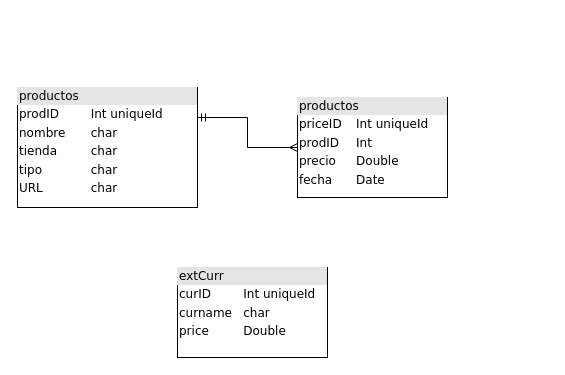
Earlier version of the draw.io diagram Prices.drawio (cpatarroyo/priceTrack). Source tidied: cells renumbered, new cells numbered last; positions are measured from the earlier drawing's top-left corner, leaving out a move shared by most shapes. Both pictures are drawn from the tidied source at 100%, with x=0, y=0 at pixel (17, 87).
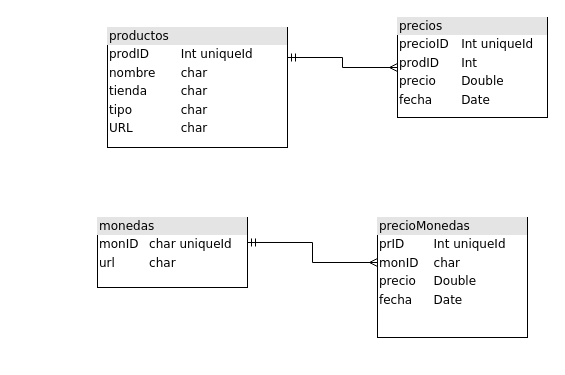
The same diagram, later.

Change to the diagram source:
```diff
@@
 <mxGraphModel>
   <root>
     <mxCell id="0" />
     <mxCell id="1" parent="0" />
-    <mxCell id="2" value="&lt;div style=&quot;box-sizing:border-box;width:100%;background:#e4e4e4;padding:2px;&quot;&gt;productos&lt;/div&gt;&lt;table style=&quot;width:100%;font-size:1em;&quot; cellpadding=&quot;2&quot; cellspacing=&quot;0&quot;&gt;&lt;tbody&gt;&lt;tr&gt;&lt;td&gt;priceID&lt;br&gt;&lt;/td&gt;&lt;td&gt;Int uniqueId&lt;/td&gt;&lt;/tr&gt;&lt;tr&gt;&lt;td&gt;prodID&lt;br&gt;&lt;/td&gt;&lt;td&gt;Int&lt;br&gt;&lt;/td&gt;&lt;/tr&gt;&lt;tr&gt;&lt;td&gt;precio&lt;br&gt;&lt;/td&gt;&lt;td&gt;Double&lt;br&gt;&lt;/td&gt;&lt;/tr&gt;&lt;tr&gt;&lt;td&gt;fecha&lt;br&gt;&lt;/td&gt;&lt;td&gt;Date&lt;br&gt;&lt;/td&gt;&lt;/tr&gt;&lt;/tbody&gt;&lt;/table&gt;" style="verticalAlign=top;align=left;overflow=fill;html=1;rounded=0;shadow=0;comic=0;labelBackgroundColor=none;strokeWidth=1;fontFamily=Verdana;fontSize=12;" parent="1" vertex="1">
-      <mxGeometry x="280" y="10" width="150" height="100" as="geometry" />
+    <mxCell id="2" value="&lt;div style=&quot;box-sizing:border-box;width:100%;background:#e4e4e4;padding:2px;&quot;&gt;precios&lt;/div&gt;&lt;table style=&quot;width:100%;font-size:1em;&quot; cellpadding=&quot;2&quot; cellspacing=&quot;0&quot;&gt;&lt;tbody&gt;&lt;tr&gt;&lt;td&gt;precioID&lt;br&gt;&lt;/td&gt;&lt;td&gt;Int uniqueId&lt;/td&gt;&lt;/tr&gt;&lt;tr&gt;&lt;td&gt;prodID&lt;br&gt;&lt;/td&gt;&lt;td&gt;Int&lt;br&gt;&lt;/td&gt;&lt;/tr&gt;&lt;tr&gt;&lt;td&gt;precio&lt;br&gt;&lt;/td&gt;&lt;td&gt;Double&lt;br&gt;&lt;/td&gt;&lt;/tr&gt;&lt;tr&gt;&lt;td&gt;fecha&lt;br&gt;&lt;/td&gt;&lt;td&gt;Date&lt;br&gt;&lt;/td&gt;&lt;/tr&gt;&lt;/tbody&gt;&lt;/table&gt;" style="verticalAlign=top;align=left;overflow=fill;html=1;rounded=0;shadow=0;comic=0;labelBackgroundColor=none;strokeWidth=1;fontFamily=Verdana;fontSize=12;" parent="1" vertex="1">
+      <mxGeometry x="380" y="-70" width="150" height="100" as="geometry" />
     </mxCell>
     <mxCell id="3" style="edgeStyle=orthogonalEdgeStyle;rounded=0;jettySize=auto;html=1;exitX=1;exitY=0.25;exitDx=0;exitDy=0;endArrow=ERmany;endFill=0;startArrow=ERmandOne;startFill=0;" parent="1" edge="1" source="4" target="2">
       <mxGeometry relative="1" as="geometry" />
     </mxCell>
     <mxCell id="4" value="&lt;div style=&quot;box-sizing: border-box ; width: 100% ; background: #e4e4e4 ; padding: 2px&quot;&gt;productos&lt;br&gt;&lt;/div&gt;&lt;table style=&quot;width: 100% ; font-size: 1em&quot; cellpadding=&quot;2&quot; cellspacing=&quot;0&quot;&gt;&lt;tbody&gt;&lt;tr&gt;&lt;td&gt;prodID&lt;br&gt;&lt;/td&gt;&lt;td&gt;Int uniqueId&lt;/td&gt;&lt;/tr&gt;&lt;tr&gt;&lt;td&gt;nombre&lt;br&gt;&lt;/td&gt;&lt;td&gt;char&lt;br&gt;&lt;/td&gt;&lt;/tr&gt;&lt;tr&gt;&lt;td&gt;tienda&lt;br&gt;&lt;/td&gt;&lt;td&gt;char&lt;br&gt;&lt;/td&gt;&lt;/tr&gt;&lt;tr&gt;&lt;td&gt;tipo&lt;br&gt;&lt;/td&gt;&lt;td&gt;char&lt;br&gt;&lt;/td&gt;&lt;/tr&gt;&lt;tr&gt;&lt;td&gt;URL&lt;br&gt;&lt;/td&gt;&lt;td&gt;char&lt;br&gt;&lt;/td&gt;&lt;/tr&gt;&lt;/tbody&gt;&lt;/table&gt;" style="verticalAlign=top;align=left;overflow=fill;html=1;rounded=0;shadow=0;comic=0;labelBackgroundColor=none;strokeWidth=1;fontFamily=Verdana;fontSize=12;" parent="1" vertex="1">
-      <mxGeometry width="180" height="120" as="geometry" />
+      <mxGeometry x="90" y="-60" width="180" height="120" as="geometry" />
     </mxCell>
-    <mxCell id="5" value="&lt;div style=&quot;box-sizing:border-box;width:100%;background:#e4e4e4;padding:2px;&quot;&gt;extCurr&lt;/div&gt;&lt;table style=&quot;width:100%;font-size:1em;&quot; cellpadding=&quot;2&quot; cellspacing=&quot;0&quot;&gt;&lt;tbody&gt;&lt;tr&gt;&lt;td&gt;curID&lt;br&gt;&lt;/td&gt;&lt;td&gt;Int uniqueId&lt;/td&gt;&lt;/tr&gt;&lt;tr&gt;&lt;td&gt;curname&lt;br&gt;&lt;/td&gt;&lt;td&gt;char&lt;br&gt;&lt;/td&gt;&lt;/tr&gt;&lt;tr&gt;&lt;td&gt;price&lt;br&gt;&lt;/td&gt;&lt;td&gt;Double&lt;br&gt;&lt;/td&gt;&lt;/tr&gt;&lt;/tbody&gt;&lt;/table&gt;" style="verticalAlign=top;align=left;overflow=fill;html=1;rounded=0;shadow=0;comic=0;labelBackgroundColor=none;strokeWidth=1;fontFamily=Verdana;fontSize=12;" parent="1" vertex="1">
-      <mxGeometry x="160" y="180" width="150" height="90" as="geometry" />
+    <mxCell id="5" value="&lt;div style=&quot;box-sizing:border-box;width:100%;background:#e4e4e4;padding:2px;&quot;&gt;monedas&lt;/div&gt;&lt;table style=&quot;width:100%;font-size:1em;&quot; cellpadding=&quot;2&quot; cellspacing=&quot;0&quot;&gt;&lt;tbody&gt;&lt;tr&gt;&lt;td&gt;monID&lt;br&gt;&lt;/td&gt;&lt;td&gt;char uniqueId&lt;/td&gt;&lt;/tr&gt;&lt;tr&gt;&lt;td&gt;url&lt;br&gt;&lt;/td&gt;&lt;td&gt;char&lt;br&gt;&lt;/td&gt;&lt;/tr&gt;&lt;/tbody&gt;&lt;/table&gt;" style="verticalAlign=top;align=left;overflow=fill;html=1;rounded=0;shadow=0;comic=0;labelBackgroundColor=none;strokeWidth=1;fontFamily=Verdana;fontSize=12;" parent="1" vertex="1">
+      <mxGeometry x="80" y="130" width="150" height="70" as="geometry" />
     </mxCell>
+    <mxCell id="6" value="&lt;div style=&quot;box-sizing:border-box;width:100%;background:#e4e4e4;padding:2px;&quot;&gt;precioMonedas&lt;/div&gt;&lt;table style=&quot;width:100%;font-size:1em;&quot; cellpadding=&quot;2&quot; cellspacing=&quot;0&quot;&gt;&lt;tbody&gt;&lt;tr&gt;&lt;td&gt;prID&lt;br&gt;&lt;/td&gt;&lt;td&gt;Int uniqueId&lt;/td&gt;&lt;/tr&gt;&lt;tr&gt;&lt;td&gt;monID&lt;br&gt;&lt;/td&gt;&lt;td&gt;char&lt;br&gt;&lt;/td&gt;&lt;/tr&gt;&lt;tr&gt;&lt;td&gt;precio&lt;br&gt;&lt;/td&gt;&lt;td&gt;Double&lt;br&gt;&lt;/td&gt;&lt;/tr&gt;&lt;tr&gt;&lt;td&gt;fecha&lt;br&gt;&lt;/td&gt;&lt;td&gt;Date&lt;br&gt;&lt;/td&gt;&lt;/tr&gt;&lt;/tbody&gt;&lt;/table&gt;" style="verticalAlign=top;align=left;overflow=fill;html=1;rounded=0;shadow=0;comic=0;labelBackgroundColor=none;strokeWidth=1;fontFamily=Verdana;fontSize=12;" parent="1" vertex="1">
+      <mxGeometry x="360" y="130" width="150" height="120" as="geometry" />
+    </mxCell>
+    <mxCell id="7" style="edgeStyle=orthogonalEdgeStyle;rounded=0;jettySize=auto;html=1;exitX=1;exitY=0.357;exitDx=0;exitDy=0;endArrow=ERmany;endFill=0;startArrow=ERmandOne;startFill=0;exitPerimeter=0;entryX=0;entryY=0.375;entryDx=0;entryDy=0;entryPerimeter=0;" parent="1" edge="1" source="5" target="6">
+      <mxGeometry relative="1" as="geometry" />
+    </mxCell>
   </root>
 </mxGraphModel>
```
